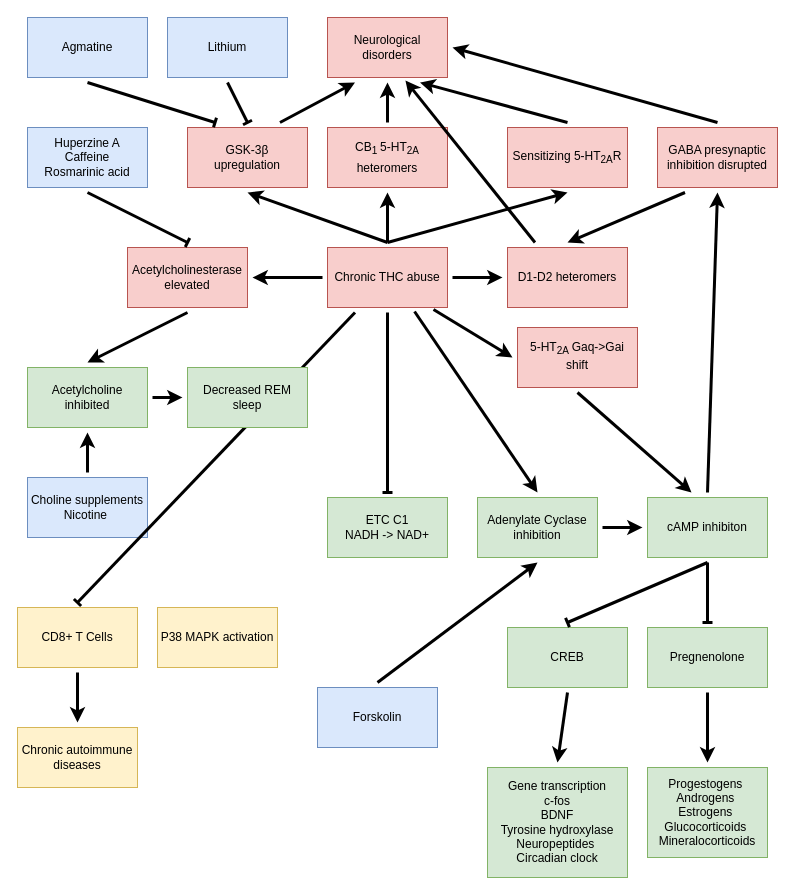
This is chronic-thc-chart.drawio from deffins/testchart, a draw.io file, before an edit. Source tidied: cells renumbered, new cells numbered last; positions are measured from the earlier drawing's top-left corner, leaving out a move shared by most shapes. Both pictures are drawn from the tidied source at 100%, with x=0, y=0 at pixel (17, 17).
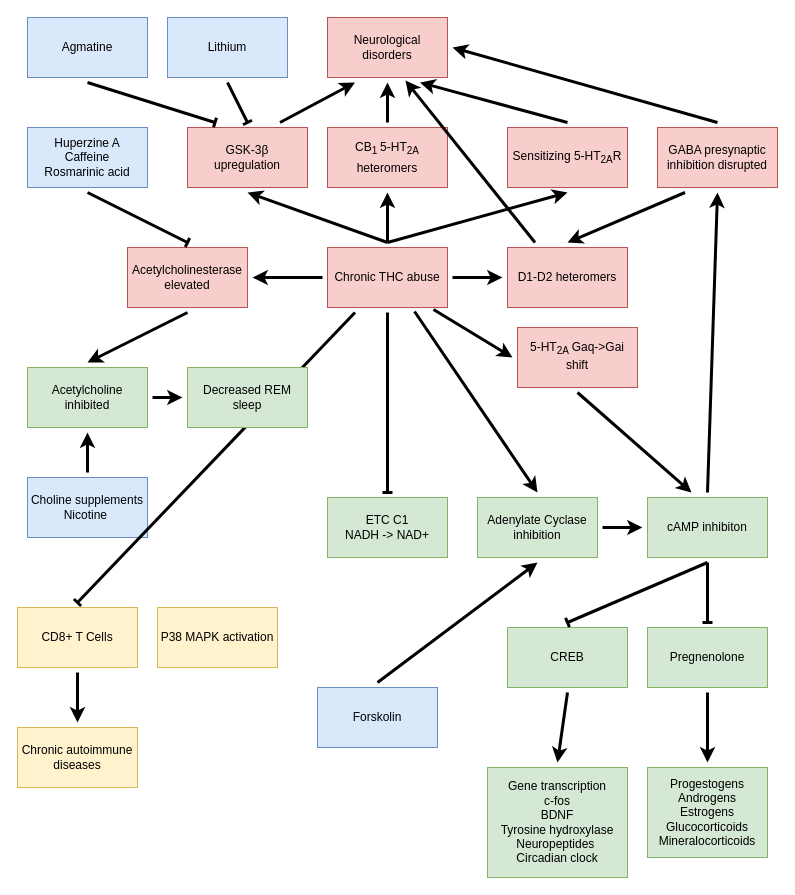
After the change.

The edit, as a diff of the source:
```diff
@@
-    <mxCell id="5" value="Progestogens &#10;Androgens &#10;Estrogens &#10;Glucocorticoids &#10;Mineralocorticoids" style="rounded=0;whiteSpace=wrap;html=1;perimeterSpacing=5;fillColor=#d5e8d4;strokeColor=#82b366;" parent="1" vertex="1">
+    <mxCell id="5" value="Progestogens&#10;Androgens&#10;Estrogens&#10;Glucocorticoids&#10;Mineralocorticoids" style="rounded=0;whiteSpace=wrap;html=1;perimeterSpacing=5;fillColor=#d5e8d4;strokeColor=#82b366;" parent="1" vertex="1">
       <mxGeometry x="630" y="750" width="120" height="90" as="geometry" />
     </mxCell>
```
